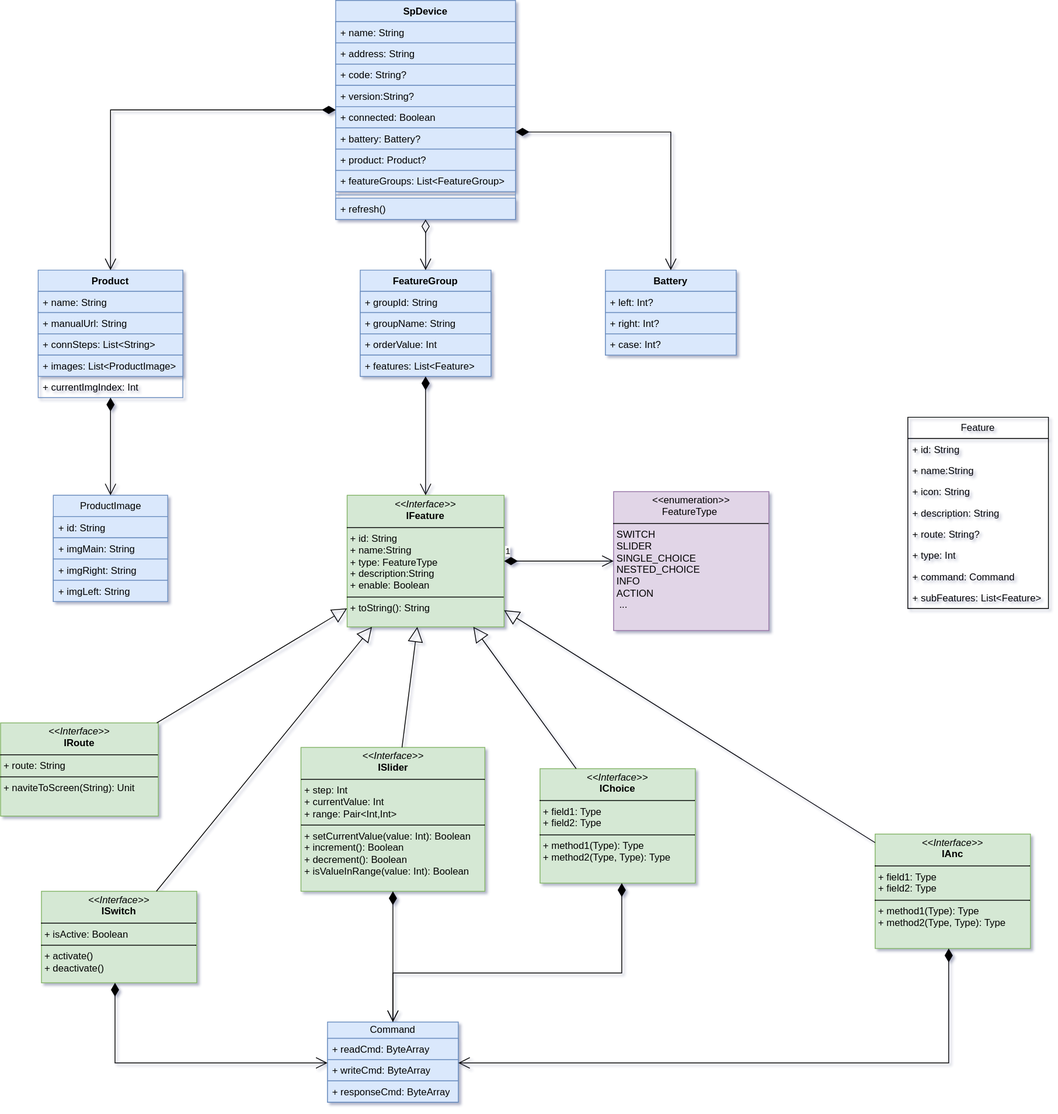
The draw.io diagram sp-device.drawio.svg in kekemao00/draw-libs, before a commit. Source tidied: cells renumbered, new cells last; positions are measured from the earlier drawing's top-left corner, leaving out a move shared by most shapes.
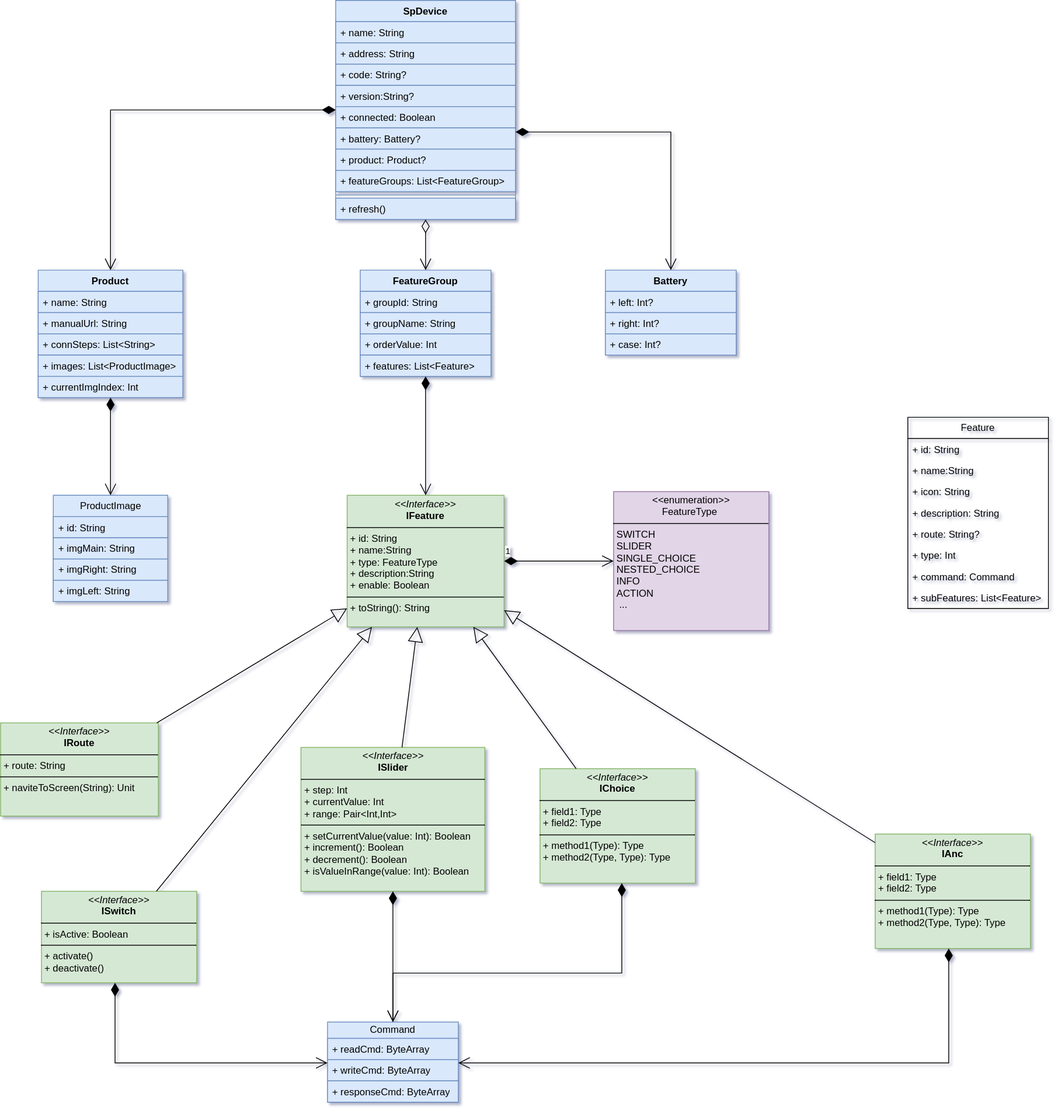
Above is the later version.

The edit, as a diff of the source:
```diff
@@ -62,7 +62,7 @@
     <mxCell id="21" value="+ images: List&amp;lt;ProductImage&amp;gt;" style="text;strokeColor=#6c8ebf;fillColor=#dae8fc;align=left;verticalAlign=top;spacingLeft=4;spacingRight=4;overflow=hidden;whiteSpace=wrap;html=1;" parent="17" vertex="1">
       <mxGeometry y="104" width="177" height="26" as="geometry" />
     </mxCell>
-    <mxCell id="22" value="+&amp;nbsp;currentImgIndex: Int" style="text;strokeColor=none;fillColor=none;align=left;verticalAlign=top;spacingLeft=4;spacingRight=4;overflow=hidden;whiteSpace=wrap;html=1;" parent="17" vertex="1">
+    <mxCell id="22" value="+&amp;nbsp;currentImgIndex: Int" style="text;strokeColor=#6c8ebf;fillColor=#dae8fc;align=left;verticalAlign=top;spacingLeft=4;spacingRight=4;overflow=hidden;whiteSpace=wrap;html=1;" parent="17" vertex="1">
       <mxGeometry y="130" width="177" height="26" as="geometry" />
     </mxCell>
     <mxCell id="23" value="ProductImage" style="swimlane;fontStyle=0;horizontal=1;startSize=26;fillColor=#dae8fc;whiteSpace=wrap;html=1;strokeColor=#6c8ebf;" parent="1" vertex="1">
```
